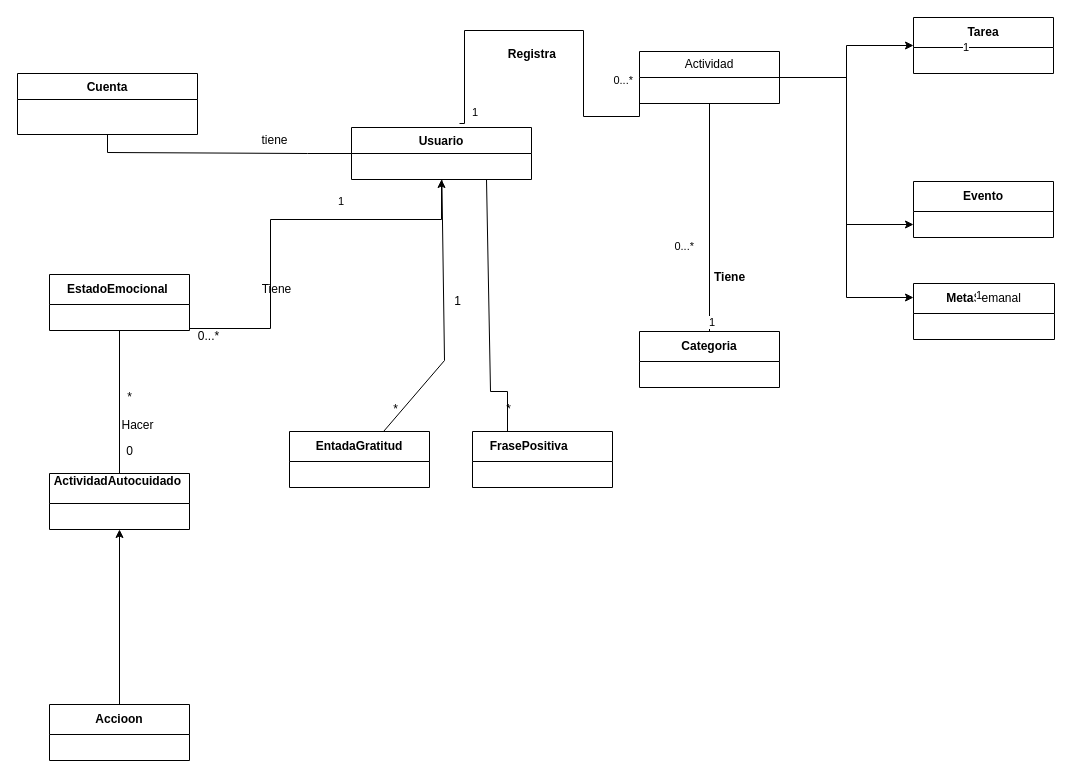
RCL05/PRACTICA keeps this draw.io diagram as DOMINIO CONCEPTUAL.drawio. Above is the earlier version. Source tidied: cells renumbered, new cells numbered last; positions are measured from the earlier drawing's top-left corner, leaving out a move shared by most shapes. Both pictures are drawn from the tidied source at 100%, with x=0, y=0 at pixel (17, 17).
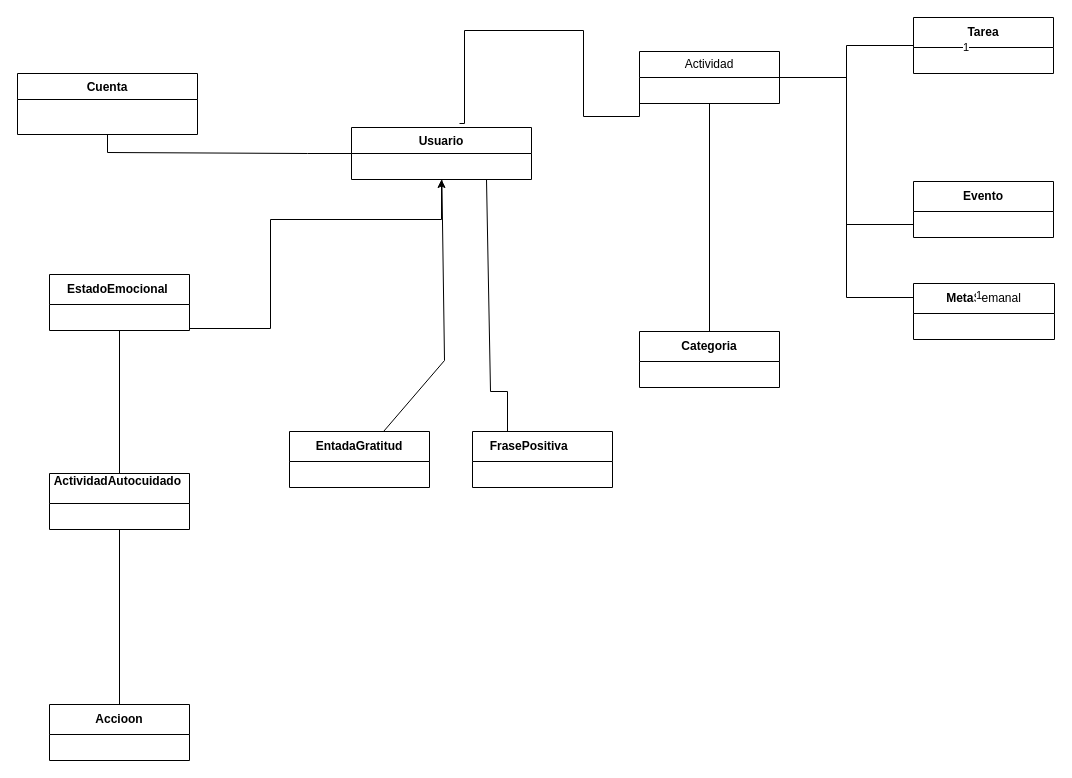
Above is the later version.

Unchanged cells that the change refers to:
```xml
<mxCell id="3" value="Actividad" style="swimlane;fontStyle=0;horizontal=1;startSize=26;fillColor=none;whiteSpace=wrap;html=1;" parent="1" vertex="1">
  <mxGeometry x="622" y="34" width="140" height="52" as="geometry" />
</mxCell>
<mxCell id="9" style="endArrow=none;html=1;edgeStyle=orthogonalEdgeStyle;rounded=0;entryX=0;entryY=0.5;entryDx=0;entryDy=0;" parent="1" edge="1">
  <mxGeometry relative="1" as="geometry">
    <mxPoint x="442" y="106" as="sourcePoint" />
    <mxPoint x="622" y="73" as="targetPoint" />
    <Array as="points">
      <mxPoint x="447" y="106" />
      <mxPoint x="447" y="13" />
      <mxPoint x="566" y="13" />
      <mxPoint x="566" y="99" />
      <mxPoint x="622" y="99" />
    </Array>
  </mxGeometry>
</mxCell>
<mxCell id="17" value="&lt;b&gt;Tarea&lt;/b&gt;" style="swimlane;fontStyle=0;horizontal=1;startSize=30;whiteSpace=wrap;html=1;" parent="1" vertex="1">
  <mxGeometry x="896" width="140" height="56" as="geometry" />
</mxCell>
<mxCell id="20" value="&lt;b&gt;Meta&lt;/b&gt;Semanal" style="swimlane;fontStyle=0;horizontal=1;startSize=30;whiteSpace=wrap;html=1;" parent="1" vertex="1">
  <mxGeometry x="896" y="266" width="141" height="56" as="geometry" />
</mxCell>
<mxCell id="26" value="&lt;b&gt;ActividadAutocuidado&amp;nbsp; &amp;nbsp;&amp;nbsp;&lt;/b&gt;" style="swimlane;fontStyle=0;horizontal=1;startSize=30;whiteSpace=wrap;html=1;" parent="1" vertex="1">
  <mxGeometry x="32" y="456" width="140" height="56" as="geometry" />
</mxCell>
<mxCell id="28" value="&lt;b&gt;Accioon&lt;/b&gt;" style="swimlane;fontStyle=0;horizontal=1;startSize=30;whiteSpace=wrap;html=1;" parent="1" vertex="1">
  <mxGeometry x="32" y="687" width="140" height="56" as="geometry" />
</mxCell>
```

Diff of the diagram source:
```diff
@@
-    <mxCell id="2" style="edgeStyle=orthogonalEdgeStyle;rounded=0;jettySize=auto;html=1;entryX=0;entryY=0.25;entryDx=0;entryDy=0;" parent="1" edge="1" source="3" target="20">
+    <mxCell id="2" style="edgeStyle=orthogonalEdgeStyle;rounded=0;jettySize=auto;html=1;entryX=0;entryY=0.25;entryDx=0;entryDy=0;endArrow=none;endFill=0;" parent="1" edge="1" source="3" target="20">
       <mxGeometry relative="1" as="geometry" />
     </mxCell>
@@
-    <mxCell id="7" value="1" style="edgeLabel;html=1;align=left;verticalAlign=bottom;" parent="1" vertex="1">
-      <mxGeometry x="319" y="192" as="geometry" />
-    </mxCell>
-    <mxCell id="8" value="Registra&amp;nbsp;" style="text;align=center;fontStyle=1;verticalAlign=middle;spacingLeft=3;spacingRight=3;strokeColor=none;html=1;" parent="1" vertex="1">
-      <mxGeometry x="476" y="24" width="80" height="26" as="geometry" />
-    </mxCell>
@@
-    <mxCell id="10" value="1" style="edgeLabel;html=1;align=left;verticalAlign=bottom;" parent="9" vertex="1">
-      <mxGeometry x="-1" relative="1" as="geometry">
-        <mxPoint x="11" y="-3" as="offset" />
-      </mxGeometry>
-    </mxCell>
-    <mxCell id="11" value="0...*" style="edgeLabel;html=1;align=right;verticalAlign=bottom;" parent="9" vertex="1">
-      <mxGeometry x="1" relative="1" as="geometry">
-        <mxPoint x="-6" y="-2" as="offset" />
-      </mxGeometry>
-    </mxCell>
@@
-    <mxCell id="14" value="1" style="edgeLabel;html=1;align=left;verticalAlign=bottom;" parent="1" vertex="1">
-      <mxGeometry x="692" y="305" as="geometry">
-        <mxPoint x="-2" y="8" as="offset" />
-      </mxGeometry>
-    </mxCell>
-    <mxCell id="15" value="0...*" style="edgeLabel;html=1;align=right;verticalAlign=bottom;" parent="1" vertex="1">
-      <mxGeometry x="677" y="237" as="geometry" />
-    </mxCell>
-    <mxCell id="16" value="Tiene" style="text;align=center;fontStyle=1;verticalAlign=middle;spacingLeft=3;spacingRight=3;strokeColor=none;html=1;" parent="1" vertex="1">
-      <mxGeometry x="672" y="247" width="80" height="26" as="geometry" />
-    </mxCell>
@@
-    <mxCell id="22" style="edgeStyle=orthogonalEdgeStyle;rounded=0;jettySize=auto;html=1;exitX=1;exitY=0.5;exitDx=0;exitDy=0;" parent="1" edge="1" source="3" target="17">
+    <mxCell id="22" style="edgeStyle=orthogonalEdgeStyle;rounded=0;jettySize=auto;html=1;exitX=1;exitY=0.5;exitDx=0;exitDy=0;endArrow=none;endFill=0;" parent="1" edge="1" source="3" target="17">
       <mxGeometry relative="1" as="geometry" />
     </mxCell>
-    <mxCell id="23" style="edgeStyle=orthogonalEdgeStyle;rounded=0;jettySize=auto;html=1;entryX=0;entryY=0.5;entryDx=0;entryDy=0;exitX=1;exitY=0.5;exitDx=0;exitDy=0;" parent="1" edge="1" source="3">
+    <mxCell id="23" style="edgeStyle=orthogonalEdgeStyle;rounded=0;jettySize=auto;html=1;entryX=0;entryY=0.5;entryDx=0;entryDy=0;exitX=1;exitY=0.5;exitDx=0;exitDy=0;endArrow=none;endFill=0;" parent="1" edge="1" source="3">
       <mxGeometry relative="1" as="geometry">
         <mxPoint x="896" y="207" as="targetPoint" />
         <Array as="points">
           <mxPoint x="829" y="60" />
           <mxPoint x="829" y="207" />
         </Array>
       </mxGeometry>
     </mxCell>
@@
-    <mxCell id="27" style="edgeStyle=orthogonalEdgeStyle;rounded=0;jettySize=auto;html=1;" parent="1" edge="1" source="28" target="26">
+    <mxCell id="27" style="edgeStyle=orthogonalEdgeStyle;rounded=0;jettySize=auto;html=1;endArrow=none;endFill=0;" parent="1" edge="1" source="28" target="26">
       <mxGeometry relative="1" as="geometry" />
     </mxCell>
@@
-    <mxCell id="31" value="0...*" style="text;html=1;align=center;verticalAlign=middle;strokeColor=none;fillColor=none;" parent="1" vertex="1">
-      <mxGeometry x="171" y="306" width="39" height="26" as="geometry" />
-    </mxCell>
-    <mxCell id="32" value="Tiene" style="text;html=1;align=center;verticalAlign=middle;strokeColor=none;fillColor=none;" parent="1" vertex="1">
-      <mxGeometry x="235" y="259" width="48" height="26" as="geometry" />
-    </mxCell>
-    <mxCell id="33" value="tiene" style="text;html=1;align=center;verticalAlign=middle;strokeColor=none;fillColor=none;" parent="1" vertex="1">
-      <mxGeometry x="235" y="110" width="44" height="26" as="geometry" />
-    </mxCell>
-    <mxCell id="34" value="*" style="text;html=1;align=center;verticalAlign=middle;strokeColor=none;fillColor=none;" parent="1" vertex="1">
-      <mxGeometry x="100" y="367" width="23" height="26" as="geometry" />
-    </mxCell>
-    <mxCell id="35" value="0" style="text;html=1;align=center;verticalAlign=middle;strokeColor=none;fillColor=none;" parent="1" vertex="1">
-      <mxGeometry x="99" y="421" width="25" height="26" as="geometry" />
-    </mxCell>
-    <mxCell id="36" value="Hacer" style="text;html=1;align=center;verticalAlign=middle;strokeColor=none;fillColor=none;" parent="1" vertex="1">
-      <mxGeometry x="95" y="395" width="50" height="26" as="geometry" />
-    </mxCell>
@@
-    <mxCell id="40" value="1" style="text;html=1;align=center;verticalAlign=middle;strokeColor=none;fillColor=none;" parent="1" vertex="1">
-      <mxGeometry x="427" y="271" width="25" height="26" as="geometry" />
-    </mxCell>
-    <mxCell id="41" value="*" style="text;html=1;align=center;verticalAlign=middle;strokeColor=none;fillColor=none;" parent="1" vertex="1">
-      <mxGeometry x="479" y="379" width="23" height="26" as="geometry" />
-    </mxCell>
-    <mxCell id="42" value="*" style="text;html=1;align=center;verticalAlign=middle;strokeColor=none;fillColor=none;" parent="1" vertex="1">
-      <mxGeometry x="366" y="379" width="23" height="26" as="geometry" />
-    </mxCell>
```
